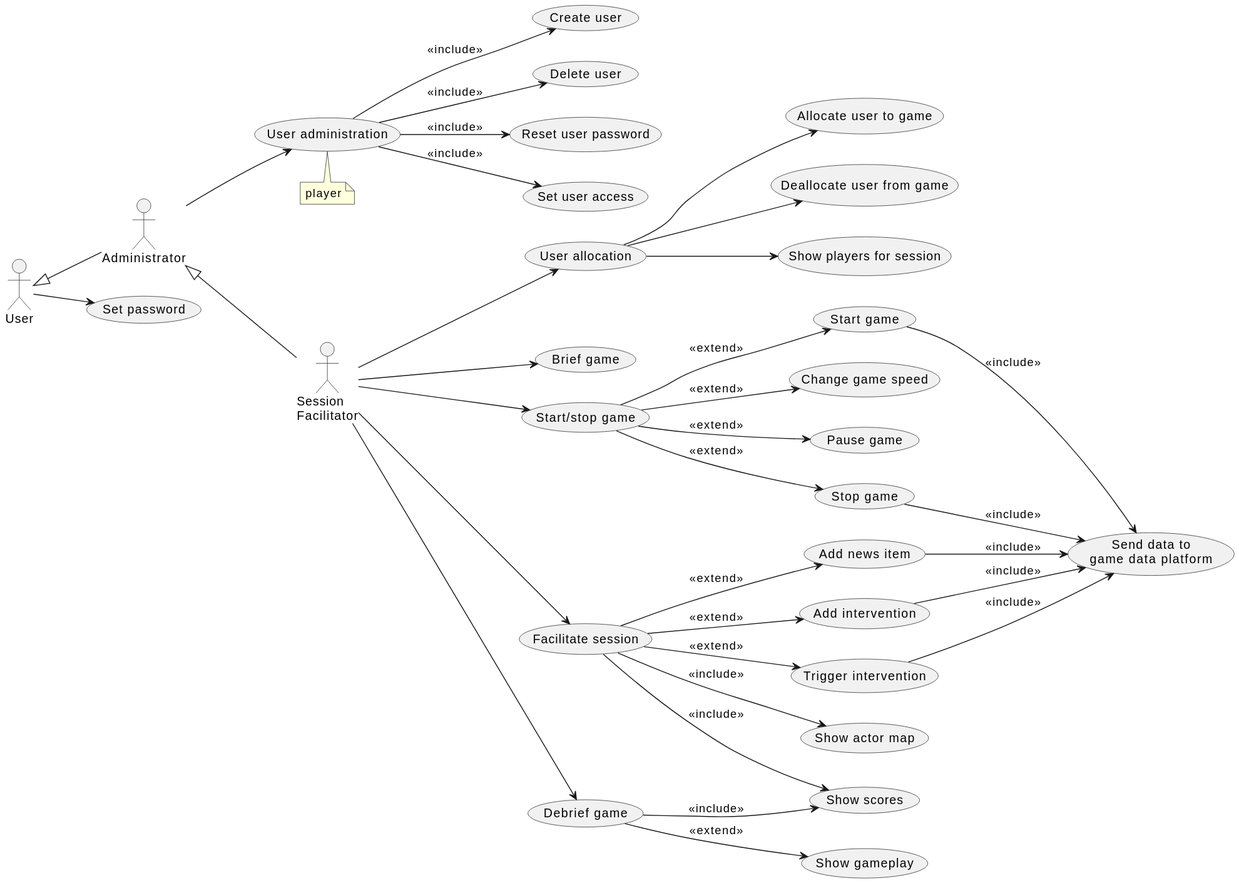
Above: doc/1-use-cases/diagrams/session-facilitation.svg in averbraeck/gscg-design (PlantUML), before the change.
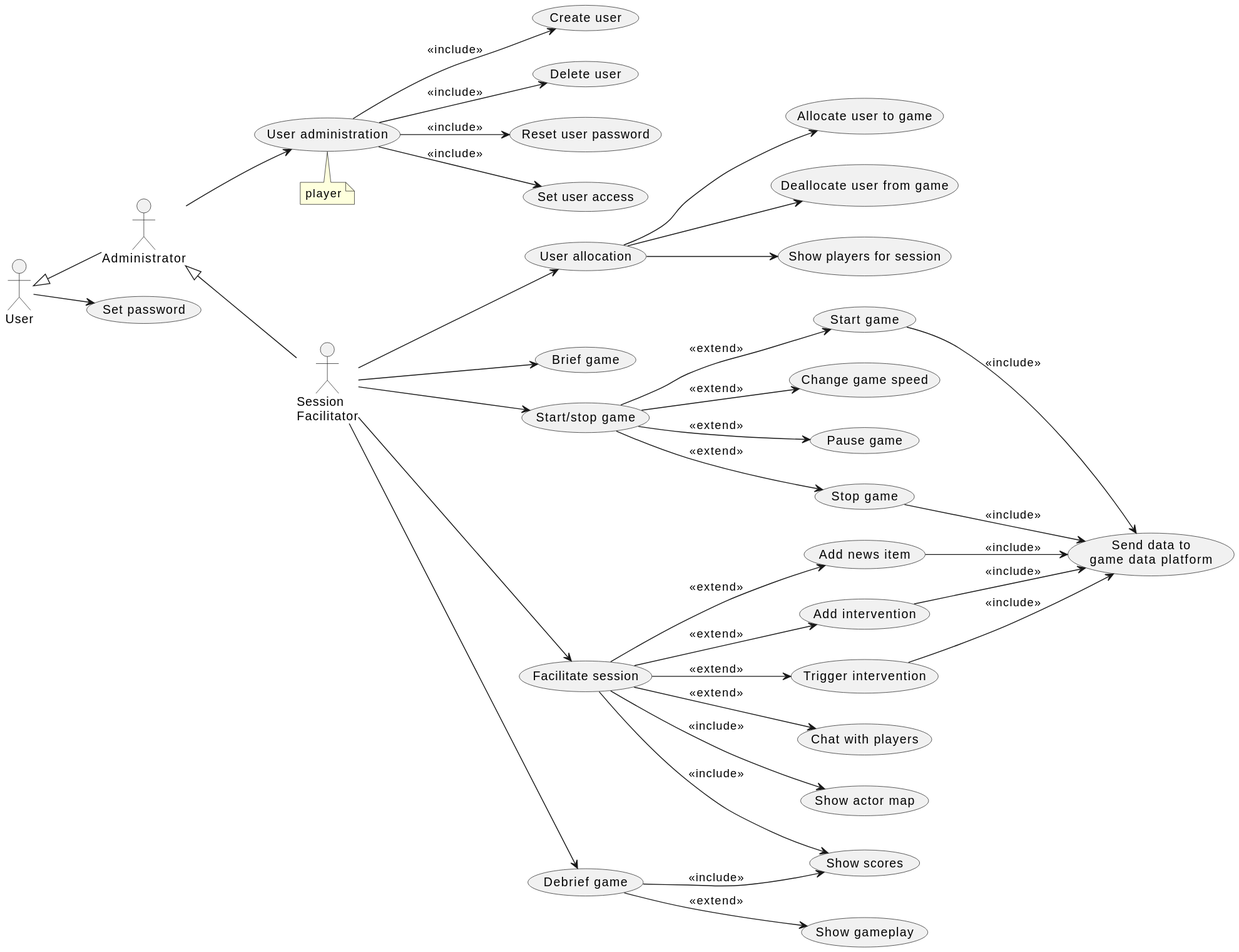
Above is the later version.

Change to the diagram source:
```diff
@@ -34,6 +34,7 @@
 (Facilitate session) --> (Add news item) : << extend >>
 (Facilitate session) --> (Add intervention) : << extend >>
 (Facilitate session) --> (Trigger intervention) : << extend >>
+(Facilitate session) --> (Chat with players) : << extend >>
 (Facilitate session) --> (Show actor map) : << include >>
 (Facilitate session) --> (Show scores) : << include >>
 
```
